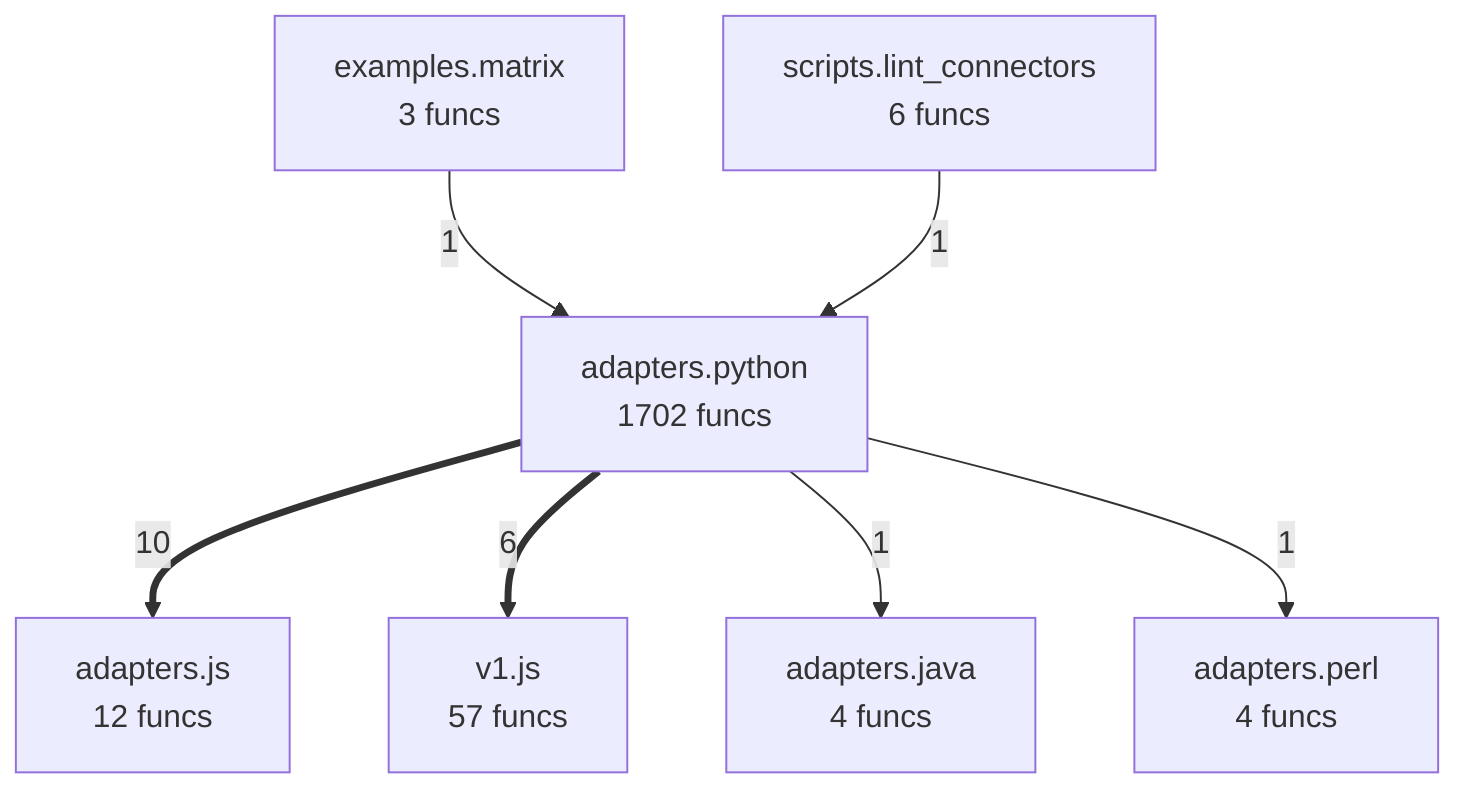
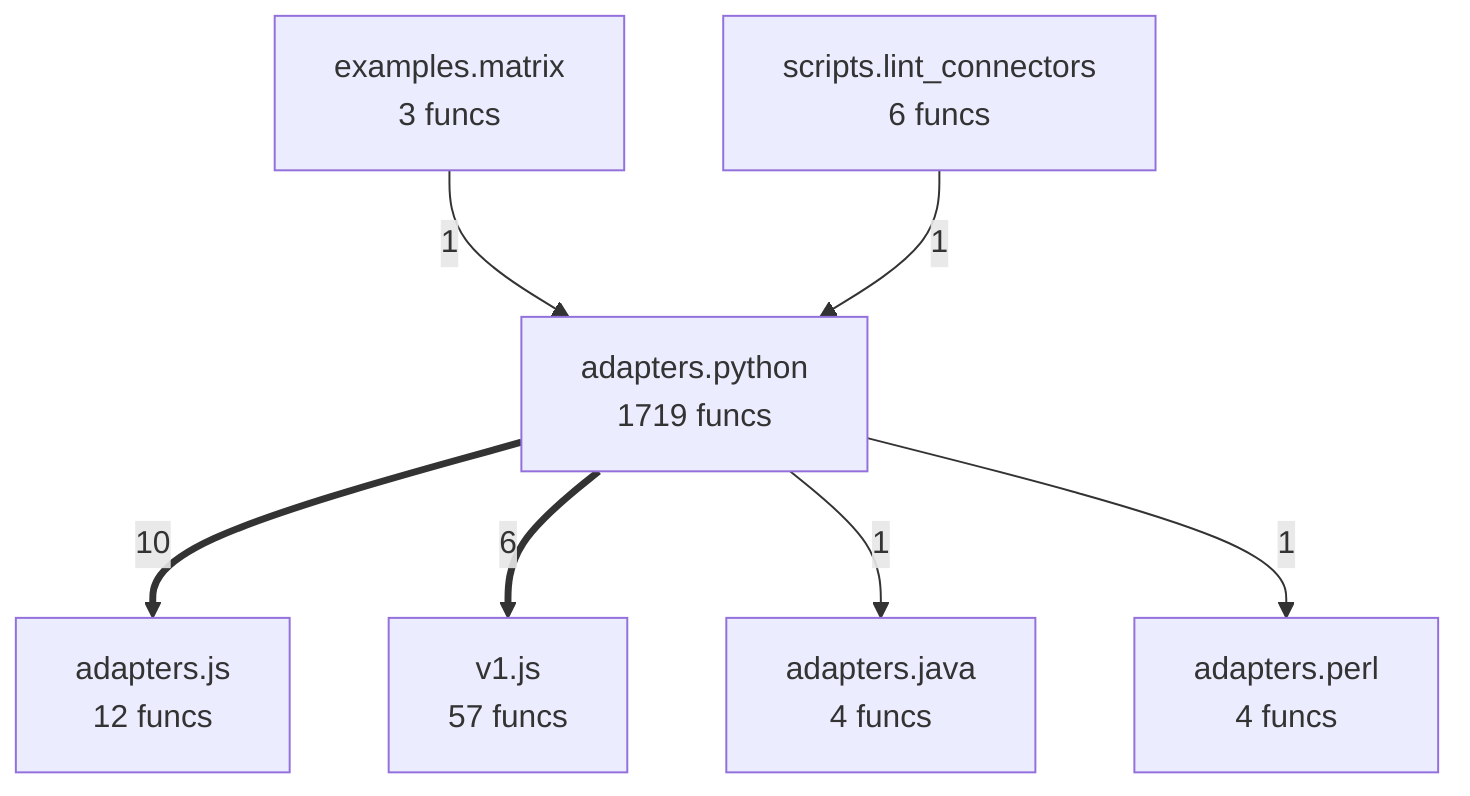
flowchart TD
- %% generated in 0.04s
+ %% generated in 0.05s
    adapters__java["adapters.java<br/>4 funcs"]
    adapters__js["adapters.js<br/>12 funcs"]
    adapters__perl["adapters.perl<br/>4 funcs"]
-     adapters__python["adapters.python<br/>1702 funcs"]
+     adapters__python["adapters.python<br/>1719 funcs"]
    examples__matrix["examples.matrix<br/>3 funcs"]
    scripts__lint_connectors["scripts.lint_connectors<br/>6 funcs"]
    v1__js["v1.js<br/>57 funcs"]
    adapters__python ==>|10| adapters__js
    adapters__python ==>|6| v1__js
    examples__matrix -->|1| adapters__python
    scripts__lint_connectors -->|1| adapters__python
    adapters__python -->|1| adapters__java
    adapters__python -->|1| adapters__perl
